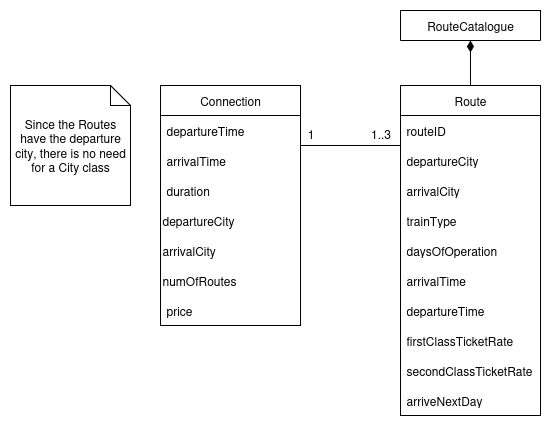
Earlier version of the draw.io export Iteration1/Artifacts/Domain_Model.png (JA-WRI/Train-Connection-Finder). Source tidied: cells renumbered, new cells last; positions are measured from the earlier drawing's top-left corner, leaving out a move shared by most shapes.
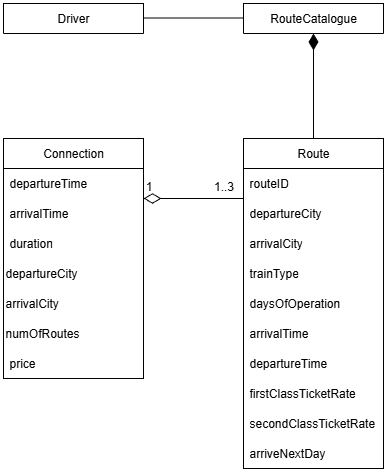
The same file after the commit.

What changed in the source:
```diff
@@ -26,7 +26,7 @@
     <mxCell id="9" value="price" style="text;strokeColor=none;fillColor=none;align=left;verticalAlign=middle;spacingLeft=4;spacingRight=4;overflow=hidden;whiteSpace=wrap;html=1;" parent="2" vertex="1">
       <mxGeometry y="210" width="140" height="30" as="geometry" />
     </mxCell>
-    <mxCell id="10" style="edgeStyle=orthogonalEdgeStyle;rounded=0;jettySize=auto;html=1;entryX=0.5;entryY=1;entryDx=0;entryDy=0;endArrow=diamondThin;endFill=1;endSize=9;" parent="1" edge="1" source="11" target="23">
+    <mxCell id="10" style="edgeStyle=orthogonalEdgeStyle;rounded=0;jettySize=auto;html=1;entryX=0.5;entryY=1;entryDx=0;entryDy=0;endArrow=diamondThin;endFill=1;endSize=14;" parent="1" edge="1" source="11" target="23">
       <mxGeometry relative="1" as="geometry" />
     </mxCell>
     <mxCell id="11" value="Route" style="swimlane;fontStyle=0;horizontal=1;startSize=30;whiteSpace=wrap;html=1;" parent="1" vertex="1">
@@ -62,22 +62,28 @@
     <mxCell id="21" value="arriveNextDay" style="text;strokeColor=none;fillColor=none;align=left;verticalAlign=middle;spacingLeft=4;spacingRight=4;overflow=hidden;whiteSpace=wrap;html=1;" parent="11" vertex="1">
       <mxGeometry y="300" width="140" height="30" as="geometry" />
     </mxCell>
-    <mxCell id="22" style="endArrow=none;html=1;rounded=0;entryX=1.003;entryY=0.9;entryDx=0;entryDy=0;entryPerimeter=0;" parent="1" edge="1" target="25">
+    <mxCell id="22" style="endArrow=none;html=1;rounded=0;entryX=1.003;entryY=0.9;entryDx=0;entryDy=0;entryPerimeter=0;startArrow=diamondThin;startFill=0;startSize=15;" parent="1" edge="1" target="25">
       <mxGeometry relative="1" as="geometry">
         <mxPoint x="290" y="135" as="sourcePoint" />
       </mxGeometry>
     </mxCell>
     <mxCell id="23" value="RouteCatalogue" style="swimlane;fontStyle=0;horizontal=1;startSize=30;whiteSpace=wrap;html=1;" parent="1" vertex="1">
-      <mxGeometry x="390" width="140" height="30" as="geometry" />
+      <mxGeometry x="390" y="-60" width="140" height="30" as="geometry" />
     </mxCell>
     <mxCell id="24" value="1" style="text;html=1;align=center;verticalAlign=middle;strokeColor=none;fillColor=none;" parent="1" vertex="1">
-      <mxGeometry x="285" y="108" width="30" height="30" as="geometry" />
+      <mxGeometry x="280" y="108" width="30" height="30" as="geometry" />
     </mxCell>
     <mxCell id="25" value="1..3" style="text;html=1;align=center;verticalAlign=middle;points=[];strokeColor=none;fillColor=none;" parent="1" vertex="1">
       <mxGeometry x="350" y="108" width="40" height="30" as="geometry" />
     </mxCell>
-    <mxCell id="26" value="Since the Routes have the departure city, there is no need for a City class" style="shape=note;size=20;whiteSpace=wrap;html=1;" parent="1" vertex="1">
-      <mxGeometry y="75" width="120" height="120" as="geometry" />
-    </mxCell>
+    <mxCell id="27" value="Driver" style="swimlane;fontStyle=0;horizontal=1;startSize=30;whiteSpace=wrap;html=1;" parent="1" vertex="1">
+      <mxGeometry x="150" y="-60" width="140" height="30" as="geometry" />
+    </mxCell>
+    <mxCell id="28" style="endArrow=none;html=1;rounded=0;entryX=1.003;entryY=0.9;entryDx=0;entryDy=0;entryPerimeter=0;" parent="1" edge="1">
+      <mxGeometry relative="1" as="geometry">
+        <mxPoint x="290" y="-45.5" as="sourcePoint" />
+        <mxPoint x="390" y="-45.5" as="targetPoint" />
+      </mxGeometry>
+    </mxCell>
   </root>
 </mxGraphModel>
```
